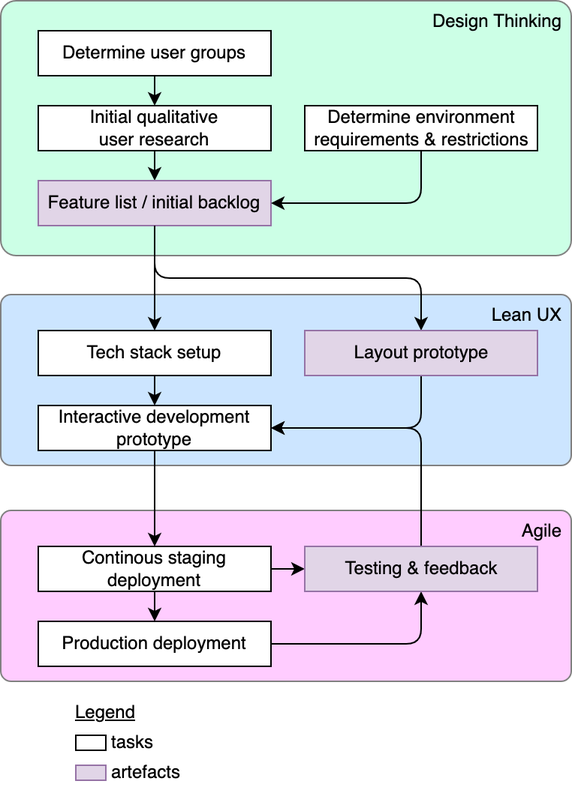
The draw.io diagram ba-text/pics/process.drawio.png in lokmeinmatz/ba-docs, before a commit. Source tidied: cells renumbered, new cells last; positions are measured from the earlier drawing's top-left corner, leaving out a move shared by most shapes.
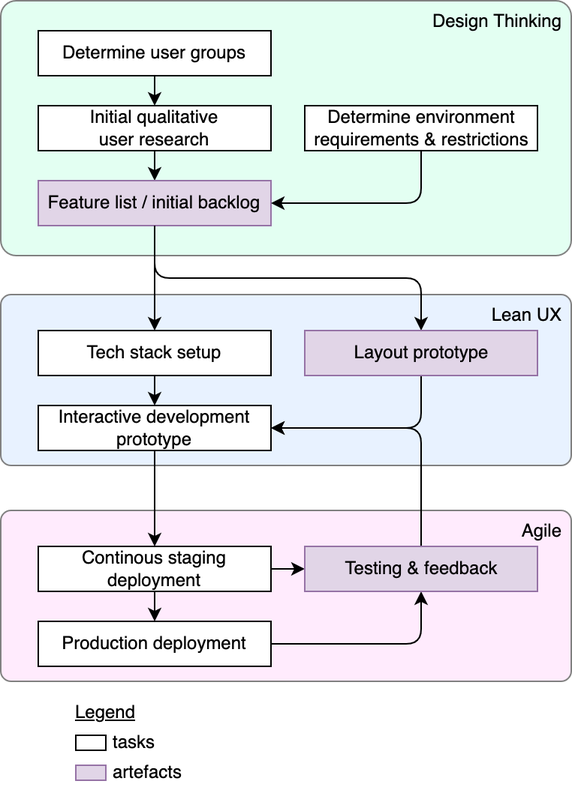
Above is the later version.

Change to the diagram source:
```diff
@@ -2,13 +2,13 @@
   <root>
     <mxCell id="0" />
     <mxCell id="1" parent="0" />
-    <mxCell id="2" value="Agile" style="rounded=1;whiteSpace=wrap;html=1;arcSize=6;align=right;verticalAlign=top;spacingRight=4;strokeColor=#808080;fillColor=#FFCCFF;" parent="1" vertex="1">
+    <mxCell id="2" value="Agile" style="rounded=1;whiteSpace=wrap;html=1;arcSize=6;align=right;verticalAlign=top;spacingRight=4;strokeColor=#808080;fillColor=#FFEBFD;" parent="1" vertex="1">
       <mxGeometry y="340" width="380" height="114" as="geometry" />
     </mxCell>
-    <mxCell id="3" value="Lean UX" style="rounded=1;whiteSpace=wrap;html=1;arcSize=6;align=right;verticalAlign=top;spacingRight=4;strokeColor=#808080;fillColor=#CCE5FF;" parent="1" vertex="1">
+    <mxCell id="3" value="Lean UX" style="rounded=1;whiteSpace=wrap;html=1;arcSize=6;align=right;verticalAlign=top;spacingRight=4;strokeColor=#808080;fillColor=#E8F2FF;" parent="1" vertex="1">
       <mxGeometry y="196" width="380" height="114" as="geometry" />
     </mxCell>
-    <mxCell id="4" value="Design Thinking" style="rounded=1;whiteSpace=wrap;html=1;arcSize=6;align=right;verticalAlign=top;spacingRight=4;strokeColor=#808080;fillColor=#CCFFE6;" parent="1" vertex="1">
+    <mxCell id="4" value="Design Thinking" style="rounded=1;whiteSpace=wrap;html=1;arcSize=6;align=right;verticalAlign=top;spacingRight=4;strokeColor=#808080;fillColor=#E3FFF2;" parent="1" vertex="1">
       <mxGeometry width="380" height="170" as="geometry" />
     </mxCell>
     <mxCell id="5" style="edgeStyle=none;html=1;exitX=0.5;exitY=1;exitDx=0;exitDy=0;entryX=0.5;entryY=0;entryDx=0;entryDy=0;" parent="1" edge="1" source="6" target="8">
```
